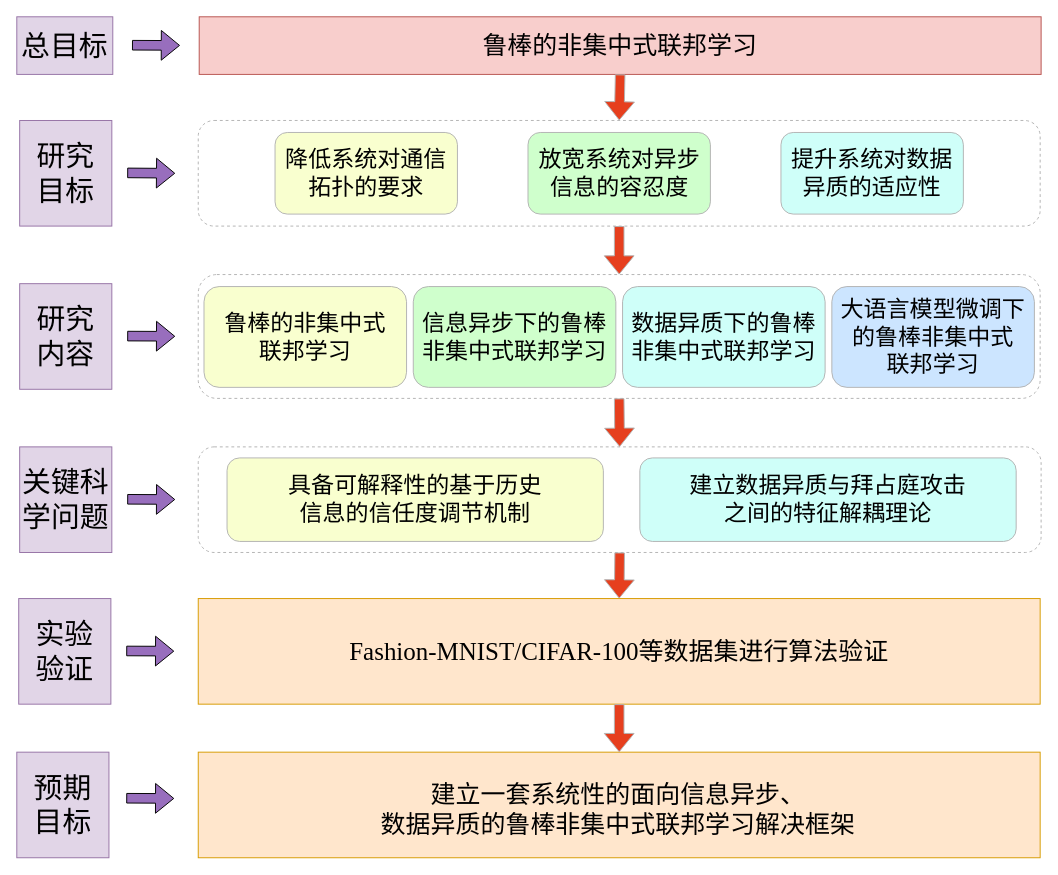
This is messy/研究框架.drawio from Lumos598/drawio, a draw.io file, before an edit. Source tidied: cells renumbered, new cells numbered last; positions are measured from the earlier drawing's top-left corner, leaving out a move shared by most shapes. Both pictures are drawn from the tidied source at 96%, with x=0, y=0 at pixel (16, 16).
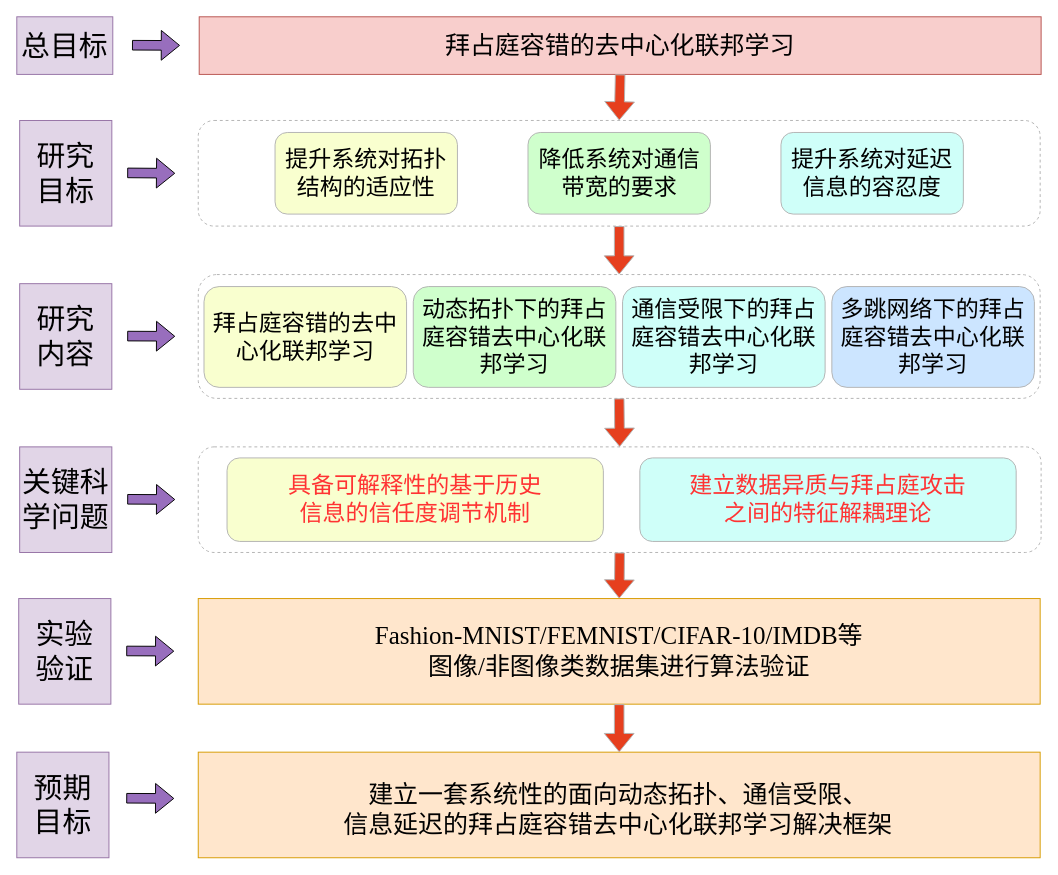
Above is the later version.

What changed in the source:
```diff
@@
-    <mxCell id="4" value="&lt;font style=&quot;font-size: 26px;&quot; face=&quot;Times New Roman&quot;&gt;鲁棒的非集中式联邦学习&lt;/font&gt;" style="rounded=0;whiteSpace=wrap;html=1;fillColor=#f8cecc;strokeColor=#b85450;fillStyle=auto;" parent="1" vertex="1">
+    <mxCell id="4" value="&lt;font style=&quot;&quot; face=&quot;Times New Roman&quot;&gt;&lt;span style=&quot;font-size: 26px;&quot;&gt;拜占庭容错的去中心化联邦学习&lt;/span&gt;&lt;/font&gt;" style="rounded=0;whiteSpace=wrap;html=1;fillColor=#f8cecc;strokeColor=#b85450;fillStyle=auto;" parent="1" vertex="1">
       <mxGeometry x="190" width="877" height="60" as="geometry" />
     </mxCell>
@@
-    <mxCell id="16" value="&lt;font style=&quot;font-size: 24px;&quot; face=&quot;Times New Roman&quot;&gt;降低系统对通信拓扑的要求&lt;/font&gt;" style="rounded=1;whiteSpace=wrap;html=1;fillColor=#F9FFCF;strokeColor=#B3B3B3;" parent="1" vertex="1">
+    <mxCell id="16" value="&lt;font face=&quot;Times New Roman&quot;&gt;&lt;span style=&quot;font-size: 24px;&quot;&gt;提升系统对拓扑结构的适应性&lt;/span&gt;&lt;/font&gt;" style="rounded=1;whiteSpace=wrap;html=1;fillColor=#F9FFCF;strokeColor=#B3B3B3;" parent="1" vertex="1">
       <mxGeometry x="269" y="120.5" width="190" height="85" as="geometry" />
     </mxCell>
-    <mxCell id="17" value="&lt;font size=&quot;5&quot; face=&quot;Times New Roman&quot;&gt;放宽系统对异步信息的容忍度&lt;/font&gt;" style="rounded=1;whiteSpace=wrap;html=1;fillColor=#CFFFCC;strokeColor=#B3B3B3;" parent="1" vertex="1">
+    <mxCell id="17" value="&lt;font size=&quot;5&quot; face=&quot;Times New Roman&quot;&gt;降低系统对通信带宽的要求&lt;/font&gt;" style="rounded=1;whiteSpace=wrap;html=1;fillColor=#CFFFCC;strokeColor=#B3B3B3;" parent="1" vertex="1">
       <mxGeometry x="532.5" y="120.5" width="190" height="85" as="geometry" />
     </mxCell>
-    <mxCell id="18" value="&lt;font size=&quot;5&quot; face=&quot;Times New Roman&quot;&gt;提升系统对数据异质的适应性&lt;/font&gt;" style="rounded=1;whiteSpace=wrap;html=1;fillColor=#CFFFF9;strokeColor=#B3B3B3;" parent="1" vertex="1">
+    <mxCell id="18" value="&lt;font size=&quot;5&quot; face=&quot;Times New Roman&quot;&gt;提升系统对延迟信息的容忍度&lt;/font&gt;" style="rounded=1;whiteSpace=wrap;html=1;fillColor=#CFFFF9;strokeColor=#B3B3B3;" parent="1" vertex="1">
       <mxGeometry x="796" y="120.5" width="190" height="85" as="geometry" />
     </mxCell>
@@
-    <mxCell id="20" value="&lt;font size=&quot;5&quot; face=&quot;Times New Roman&quot;&gt;鲁棒的非集中式&lt;/font&gt;&lt;div&gt;&lt;font size=&quot;5&quot; face=&quot;Times New Roman&quot;&gt;联邦学习&lt;/font&gt;&lt;/div&gt;" style="rounded=1;whiteSpace=wrap;html=1;fillColor=#F9FFCF;strokeColor=#B3B3B3;" parent="1" vertex="1">
+    <mxCell id="20" value="&lt;font size=&quot;5&quot; face=&quot;Times New Roman&quot;&gt;拜占庭容错的去中心化联邦学习&lt;/font&gt;" style="rounded=1;whiteSpace=wrap;html=1;fillColor=#F9FFCF;strokeColor=#B3B3B3;" parent="1" vertex="1">
       <mxGeometry x="195" y="281" width="211" height="105" as="geometry" />
     </mxCell>
-    <mxCell id="21" value="&lt;span style=&quot;font-family: &amp;quot;Times New Roman&amp;quot;; font-size: x-large;&quot;&gt;信息异步下的鲁棒非集中式联邦学习&lt;/span&gt;" style="rounded=1;whiteSpace=wrap;html=1;fillColor=#CFFFCC;strokeColor=#B3B3B3;" parent="1" vertex="1">
+    <mxCell id="21" value="&lt;span style=&quot;font-family: &amp;quot;Times New Roman&amp;quot;; font-size: x-large;&quot;&gt;动态拓扑下的&lt;/span&gt;&lt;span style=&quot;font-family: &amp;quot;Times New Roman&amp;quot;; font-size: x-large;&quot;&gt;拜占庭容错去中心化&lt;/span&gt;&lt;span style=&quot;font-family: &amp;quot;Times New Roman&amp;quot;; font-size: x-large;&quot;&gt;联邦学习&lt;/span&gt;" style="rounded=1;whiteSpace=wrap;html=1;fillColor=#CFFFCC;strokeColor=#B3B3B3;" parent="1" vertex="1">
       <mxGeometry x="413" y="281" width="211" height="105" as="geometry" />
     </mxCell>
-    <mxCell id="22" value="&lt;span style=&quot;font-family: &amp;quot;Times New Roman&amp;quot;; font-size: x-large;&quot;&gt;数据异质下的鲁棒非集中式联邦学习&lt;/span&gt;" style="rounded=1;whiteSpace=wrap;html=1;fillColor=#CFFFF9;strokeColor=#B3B3B3;" parent="1" vertex="1">
+    <mxCell id="22" value="&lt;span style=&quot;font-family: &amp;quot;Times New Roman&amp;quot;; font-size: x-large;&quot;&gt;通信受限下的&lt;/span&gt;&lt;span style=&quot;font-family: &amp;quot;Times New Roman&amp;quot;; font-size: x-large;&quot;&gt;拜占庭容错去中心化&lt;/span&gt;&lt;span style=&quot;font-family: &amp;quot;Times New Roman&amp;quot;; font-size: x-large;&quot;&gt;联邦学习&lt;/span&gt;" style="rounded=1;whiteSpace=wrap;html=1;fillColor=#CFFFF9;strokeColor=#B3B3B3;" parent="1" vertex="1">
       <mxGeometry x="631" y="281" width="211" height="105" as="geometry" />
     </mxCell>
@@
-    <mxCell id="24" value="&lt;div&gt;&lt;font style=&quot;font-size: 24px;&quot; face=&quot;Times New Roman&quot;&gt;具备可解释性的基于&lt;/font&gt;&lt;span style=&quot;font-size: 24px; font-family: &amp;quot;Times New Roman&amp;quot;; background-color: transparent; color: light-dark(rgb(0, 0, 0), rgb(255, 255, 255));&quot;&gt;历史&lt;/span&gt;&lt;/div&gt;&lt;div&gt;&lt;span style=&quot;font-size: 24px; font-family: &amp;quot;Times New Roman&amp;quot;; background-color: transparent; color: light-dark(rgb(0, 0, 0), rgb(255, 255, 255));&quot;&gt;信息的信任度调节机制&lt;/span&gt;&lt;/div&gt;" style="rounded=1;whiteSpace=wrap;html=1;fillColor=#F9FFCF;strokeColor=#B3B3B3;" parent="1" vertex="1">
+    <mxCell id="24" value="&lt;div&gt;&lt;font face=&quot;Times New Roman&quot; style=&quot;font-size: 24px;&quot;&gt;具备可解释性的基于&lt;/font&gt;&lt;span style=&quot;font-size: 24px; font-family: &amp;quot;Times New Roman&amp;quot;; background-color: transparent;&quot;&gt;历史&lt;/span&gt;&lt;/div&gt;&lt;div&gt;&lt;span style=&quot;font-size: 24px; font-family: &amp;quot;Times New Roman&amp;quot;; background-color: transparent;&quot;&gt;信息的信任度调节机制&lt;/span&gt;&lt;/div&gt;" style="rounded=1;whiteSpace=wrap;html=1;fillColor=#F9FFCF;strokeColor=#B3B3B3;fontColor=#FF3333;" parent="1" vertex="1">
       <mxGeometry x="219" y="459.5" width="392" height="87" as="geometry" />
     </mxCell>
-    <mxCell id="25" value="&lt;span style=&quot;font-family: &amp;quot;Times New Roman&amp;quot;; font-size: 24.000002px;&quot;&gt;建立数据异质与拜占庭攻击&lt;/span&gt;&lt;div&gt;&lt;span style=&quot;font-family: &amp;quot;Times New Roman&amp;quot;; font-size: 24.000002px;&quot;&gt;之间的特征解耦理论&lt;/span&gt;&lt;/div&gt;" style="rounded=1;whiteSpace=wrap;html=1;fillColor=#CFFFF9;strokeColor=#B3B3B3;" parent="1" vertex="1">
+    <mxCell id="25" value="&lt;span style=&quot;font-family: &amp;quot;Times New Roman&amp;quot;; font-size: 24.000002px;&quot;&gt;建立数据异质与拜占庭攻击&lt;/span&gt;&lt;div&gt;&lt;span style=&quot;font-family: &amp;quot;Times New Roman&amp;quot;; font-size: 24.000002px;&quot;&gt;之间的特征解耦理论&lt;/span&gt;&lt;/div&gt;" style="rounded=1;whiteSpace=wrap;html=1;fillColor=#CFFFF9;strokeColor=#B3B3B3;fontColor=#FF3333;" parent="1" vertex="1">
       <mxGeometry x="649" y="459.5" width="392" height="87" as="geometry" />
     </mxCell>
-    <mxCell id="26" value="&lt;font style=&quot;font-size: 26px;&quot;&gt;&lt;span style=&quot;font-family: &amp;quot;Times New Roman&amp;quot;;&quot;&gt;Fashion-MNIST/CIFAR-100等数据集&lt;/span&gt;&lt;span style=&quot;font-family: &amp;quot;Times New Roman&amp;quot;; background-color: transparent; color: light-dark(rgb(0, 0, 0), rgb(255, 255, 255));&quot;&gt;进行算法验证&lt;/span&gt;&lt;/font&gt;" style="rounded=0;whiteSpace=wrap;html=1;fillColor=#ffe6cc;strokeColor=#d79b00;" parent="1" vertex="1">
+    <mxCell id="26" value="&lt;div style=&quot;&quot;&gt;&lt;span style=&quot;font-size: 26px; background-color: transparent; color: light-dark(rgb(0, 0, 0), rgb(255, 255, 255)); font-family: &amp;quot;Times New Roman&amp;quot;;&quot;&gt;Fashion-MNIST/&lt;/span&gt;&lt;span style=&quot;font-size: 26px; background-color: transparent; color: light-dark(rgb(0, 0, 0), rgb(255, 255, 255)); font-family: &amp;quot;Times New Roman&amp;quot;;&quot;&gt;FEMNIST/&lt;/span&gt;&lt;span style=&quot;font-size: 26px; background-color: transparent; color: light-dark(rgb(0, 0, 0), rgb(255, 255, 255)); font-family: &amp;quot;Times New Roman&amp;quot;;&quot;&gt;CIFAR-10/IMDB&lt;/span&gt;&lt;span style=&quot;font-size: 26px; background-color: transparent; color: light-dark(rgb(0, 0, 0), rgb(255, 255, 255)); font-family: &amp;quot;Times New Roman&amp;quot;;&quot;&gt;等&lt;/span&gt;&lt;/div&gt;&lt;div style=&quot;&quot;&gt;&lt;span style=&quot;font-size: 26px; background-color: transparent; color: light-dark(rgb(0, 0, 0), rgb(255, 255, 255)); font-family: &amp;quot;Times New Roman&amp;quot;;&quot;&gt;图像/非图像类数据集&lt;/span&gt;&lt;span style=&quot;font-size: 26px; background-color: transparent; color: light-dark(rgb(0, 0, 0), rgb(255, 255, 255)); font-family: &amp;quot;Times New Roman&amp;quot;;&quot;&gt;进行算法验证&lt;/span&gt;&lt;/div&gt;" style="rounded=0;whiteSpace=wrap;html=1;fillColor=#ffe6cc;strokeColor=#d79b00;align=center;" parent="1" vertex="1">
       <mxGeometry x="189" y="606" width="877" height="110" as="geometry" />
     </mxCell>
@@
-    <mxCell id="33" value="&lt;div&gt;&lt;span style=&quot;background-color: transparent; font-size: 26px;&quot;&gt;&lt;font face=&quot;Times New Roman&quot;&gt;建立一套系统性的面向信息异步、&lt;/font&gt;&lt;/span&gt;&lt;/div&gt;&lt;div&gt;&lt;span style=&quot;background-color: transparent; font-size: 26px;&quot;&gt;&lt;font face=&quot;Times New Roman&quot;&gt;数据异质的鲁棒非集中式联邦学习解决框架&lt;/font&gt;&lt;/span&gt;&lt;/div&gt;" style="text;html=1;align=center;verticalAlign=middle;whiteSpace=wrap;rounded=0;" parent="1" vertex="1">
+    <mxCell id="33" value="&lt;div&gt;&lt;font&gt;&lt;span style=&quot;background-color: transparent; font-size: 26px;&quot;&gt;&lt;font face=&quot;Times New Roman&quot;&gt;建立一套系统性的面向动态拓扑、&lt;/font&gt;&lt;/span&gt;&lt;span style=&quot;font-family: &amp;quot;Times New Roman&amp;quot;; background-color: transparent; font-size: 26px;&quot;&gt;通信受限、&lt;/span&gt;&lt;/font&gt;&lt;/div&gt;&lt;div&gt;&lt;span style=&quot;background-color: transparent;&quot;&gt;&lt;font&gt;&lt;font face=&quot;Times New Roman&quot;&gt;&lt;span style=&quot;font-size: 26px;&quot;&gt;信息延迟的&lt;/span&gt;&lt;/font&gt;&lt;font face=&quot;Times New Roman&quot;&gt;&lt;span style=&quot;font-size: 26px;&quot;&gt;拜占庭容错去中心化联邦学习&lt;/span&gt;&lt;/font&gt;&lt;font face=&quot;Times New Roman&quot;&gt;&lt;span style=&quot;font-size: 26px;&quot;&gt;解决框架&lt;/span&gt;&lt;/font&gt;&lt;/font&gt;&lt;/span&gt;&lt;/div&gt;" style="text;html=1;align=center;verticalAlign=middle;whiteSpace=wrap;rounded=0;" parent="1" vertex="1">
       <mxGeometry x="188" y="811" width="877" height="30" as="geometry" />
     </mxCell>
-    <mxCell id="34" value="&lt;span style=&quot;font-family: &amp;quot;Times New Roman&amp;quot;; font-size: x-large;&quot;&gt;大语言模型微调下的鲁棒非集中式&lt;/span&gt;&lt;div&gt;&lt;span style=&quot;font-family: &amp;quot;Times New Roman&amp;quot;; font-size: x-large;&quot;&gt;联邦学习&lt;/span&gt;&lt;/div&gt;" style="rounded=1;whiteSpace=wrap;html=1;fillColor=#CCE5FF;strokeColor=#B3B3B3;" parent="1" vertex="1">
+    <mxCell id="34" value="&lt;font size=&quot;5&quot; face=&quot;Times New Roman&quot;&gt;多跳网络下的&lt;/font&gt;&lt;span style=&quot;font-family: &amp;quot;Times New Roman&amp;quot;; font-size: x-large;&quot;&gt;拜占庭容错去中心化&lt;/span&gt;&lt;span style=&quot;font-family: &amp;quot;Times New Roman&amp;quot;; font-size: x-large;&quot;&gt;联邦学习&lt;/span&gt;" style="rounded=1;whiteSpace=wrap;html=1;fillColor=#CCE5FF;strokeColor=#B3B3B3;" parent="1" vertex="1">
       <mxGeometry x="849" y="281" width="211" height="105" as="geometry" />
     </mxCell>
```
